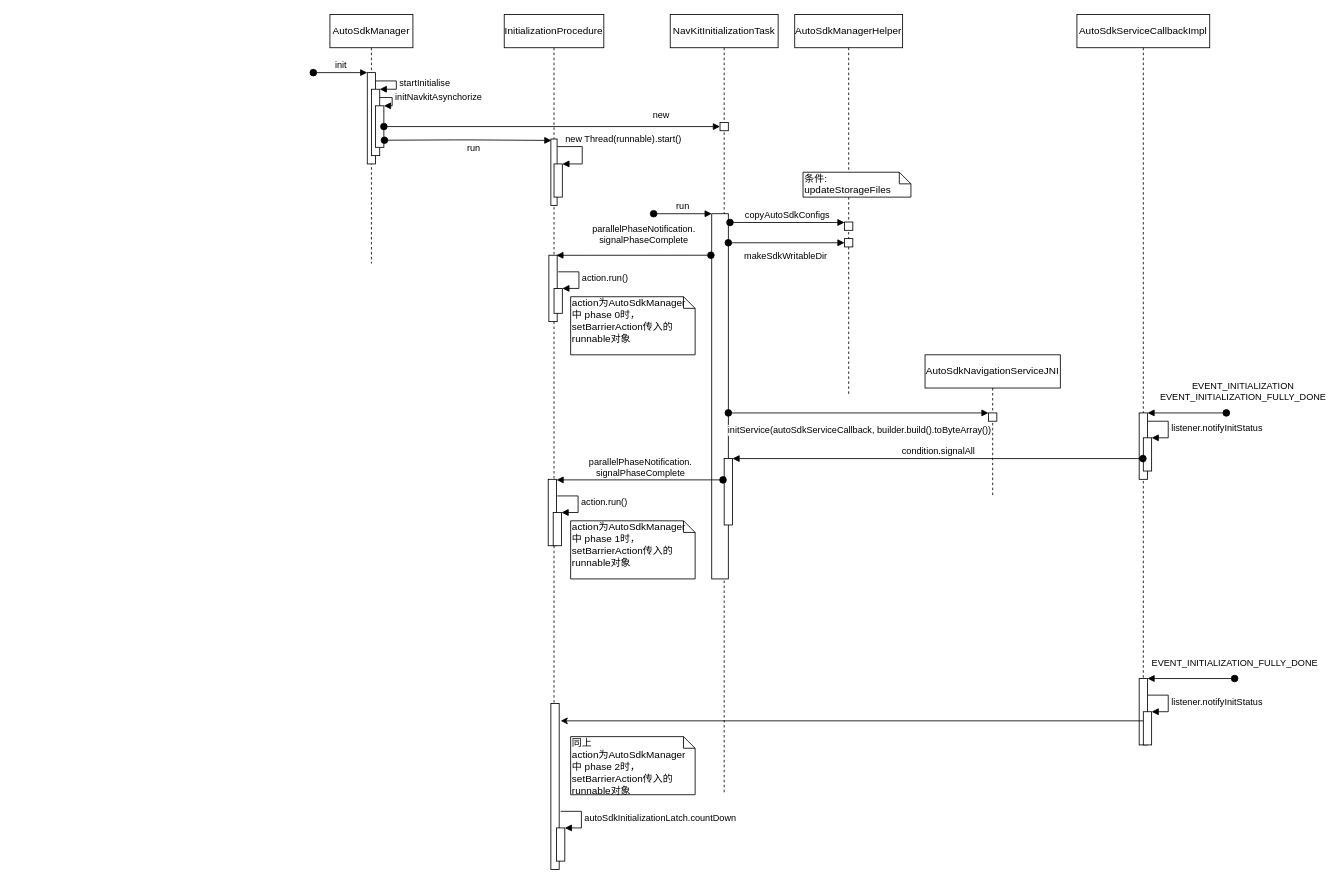
Earlier version of the draw.io diagram page "Page-2" (2 of 2) of Navkit_load_procesee.drawio (joyment2010/joy). Source tidied: cells renumbered, new cells numbered last; positions are measured from the earlier drawing's top-left corner, leaving out a move shared by most shapes. Both pictures are drawn from the tidied source at 83%, with x=0, y=0 at pixel (313, 14).
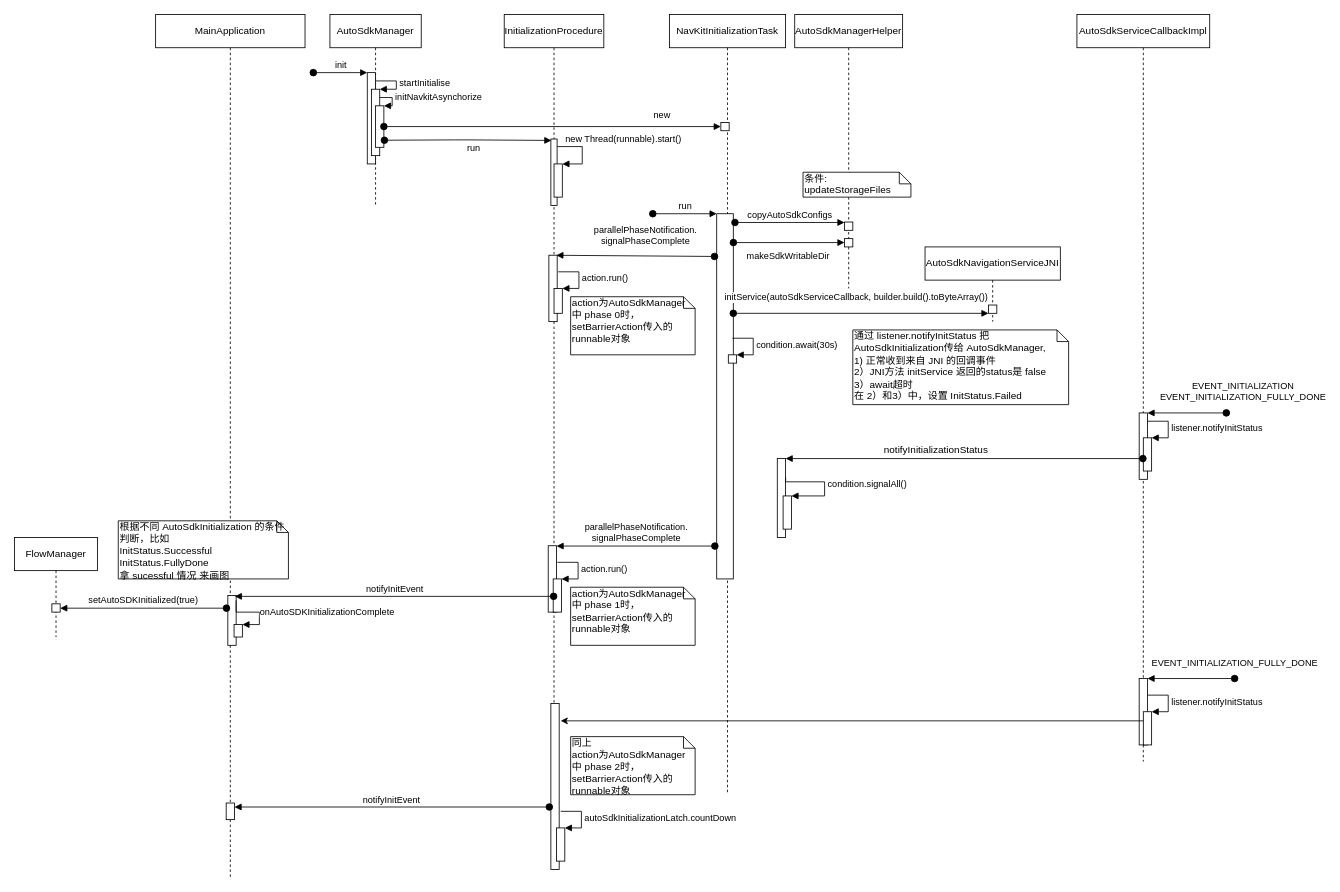
The same page after the edit.

The change refers to these unchanged cells:
```xml
<mxCell id="15" value="InitializationProcedure" style="shape=umlLifeline;perimeter=lifelinePerimeter;whiteSpace=wrap;html=1;outlineConnect=0;" parent="1" vertex="1">
  <mxGeometry x="230" width="120" height="1030" as="geometry" />
</mxCell>
<mxCell id="19" style="html=1;points=[];perimeter=orthogonalPerimeter;" parent="15" vertex="1">
  <mxGeometry x="53.8" y="290" width="10" height="80" as="geometry" />
</mxCell>
<mxCell id="25" style="html=1;points=[];perimeter=orthogonalPerimeter;" parent="15" vertex="1">
  <mxGeometry x="56.2" y="830" width="10" height="200" as="geometry" />
</mxCell>
<mxCell id="31" style="html=1;points=[];perimeter=orthogonalPerimeter;" parent="29" vertex="1">
  <mxGeometry x="60" y="270" width="10" height="10" as="geometry" />
</mxCell>
<mxCell id="38" style="html=1;points=[];perimeter=orthogonalPerimeter;" parent="37" vertex="1">
  <mxGeometry x="76.5" y="70" width="10" height="10" as="geometry" />
</mxCell>
```

Diff of the diagram source:
```diff
@@
     <mxCell id="2" value="AutoSdkManager" style="shape=umlLifeline;perimeter=lifelinePerimeter;whiteSpace=wrap;html=1;" parent="1" vertex="1">
-      <mxGeometry x="20" width="100" height="300" as="geometry" />
+      <mxGeometry x="20" width="110" height="230" as="geometry" />
     </mxCell>
@@
     <mxCell id="9" value="NavKitInitializationTask" style="shape=umlLifeline;perimeter=lifelinePerimeter;whiteSpace=wrap;html=1;" parent="1" vertex="1">
-      <mxGeometry x="430" width="130" height="940" as="geometry" />
+      <mxGeometry x="429" width="140" height="940" as="geometry" />
     </mxCell>
     <mxCell id="10" style="html=1;points=[];perimeter=orthogonalPerimeter;" parent="9" vertex="1">
-      <mxGeometry x="60" y="130" width="10" height="10" as="geometry" />
+      <mxGeometry x="62" y="130" width="10" height="10" as="geometry" />
     </mxCell>
     <mxCell id="11" style="html=1;points=[];perimeter=orthogonalPerimeter;" parent="9" vertex="1">
-      <mxGeometry x="50" y="240" width="20" height="440" as="geometry" />
+      <mxGeometry x="57" y="240" width="20" height="440" as="geometry" />
     </mxCell>
@@
     <mxCell id="13" style="html=1;points=[];perimeter=orthogonalPerimeter;" parent="9" vertex="1">
-      <mxGeometry x="65" y="535" width="10" height="80" as="geometry" />
+      <mxGeometry x="130" y="535" width="10" height="95" as="geometry" />
     </mxCell>
+    <mxCell id="54" style="html=1;points=[];perimeter=orthogonalPerimeter;" parent="9" vertex="1">
+      <mxGeometry x="71" y="410" width="10" height="10" as="geometry" />
+    </mxCell>
+    <mxCell id="55" value="condition.await(30s)" style="edgeStyle=orthogonalEdgeStyle;html=1;align=left;spacingLeft=2;endArrow=block;rounded=0;entryX=1;entryY=0;" parent="9" edge="1" target="54">
+      <mxGeometry relative="1" as="geometry">
+        <mxPoint x="76" y="390" as="sourcePoint" />
+        <Array as="points">
+          <mxPoint x="101" y="390" />
+        </Array>
+      </mxGeometry>
+    </mxCell>
@@
     <mxCell id="22" style="html=1;points=[];perimeter=orthogonalPerimeter;" parent="15" vertex="1">
-      <mxGeometry x="53" y="560" width="10" height="80" as="geometry" />
+      <mxGeometry x="53" y="640" width="10" height="80" as="geometry" />
     </mxCell>
     <mxCell id="23" style="html=1;points=[];perimeter=orthogonalPerimeter;" parent="15" vertex="1">
-      <mxGeometry x="59" y="600" width="10" height="40" as="geometry" />
+      <mxGeometry x="59" y="680" width="10" height="40" as="geometry" />
     </mxCell>
     <mxCell id="24" value="action.run()" style="edgeStyle=orthogonalEdgeStyle;html=1;align=left;spacingLeft=2;endArrow=block;rounded=0;entryX=1;entryY=0;" parent="15" edge="1" target="23">
       <mxGeometry relative="1" as="geometry">
-        <mxPoint x="64" y="580" as="sourcePoint" />
+        <mxPoint x="64" y="660" as="sourcePoint" />
         <Array as="points">
-          <mxPoint x="89" y="580" />
+          <mxPoint x="89" y="660" />
         </Array>
       </mxGeometry>
     </mxCell>
@@
     <mxCell id="29" value="AutoSdkManagerHelper" style="shape=umlLifeline;perimeter=lifelinePerimeter;whiteSpace=wrap;html=1;" parent="1" vertex="1">
-      <mxGeometry x="580" width="130" height="460" as="geometry" />
+      <mxGeometry x="580" width="130" height="330" as="geometry" />
     </mxCell>
@@
-    <mxCell id="33" value="makeSdkWritableDir" style="html=1;verticalAlign=bottom;startArrow=oval;endArrow=block;startSize=8;" parent="1" edge="1" target="31">
+    <mxCell id="33" value="makeSdkWritableDir" style="html=1;verticalAlign=bottom;startArrow=oval;endArrow=block;startSize=8;exitX=1.006;exitY=0.079;exitDx=0;exitDy=0;exitPerimeter=0;" parent="1" edge="1" source="11" target="31">
       <mxGeometry y="-25" relative="1" as="geometry">
-        <mxPoint x="500" y="275" as="sourcePoint" />
         <mxPoint x="-1" as="offset" />
       </mxGeometry>
     </mxCell>
@@
-    <mxCell id="35" value="parallelPhaseNotification.&lt;br&gt;signalPhaseComplete" style="html=1;verticalAlign=bottom;startArrow=oval;endArrow=block;startSize=8;entryX=0.894;entryY=0.001;entryDx=0;entryDy=0;entryPerimeter=0;" parent="1" edge="1" target="19">
+    <mxCell id="35" value="parallelPhaseNotification.&lt;br&gt;signalPhaseComplete" style="html=1;verticalAlign=bottom;startArrow=oval;endArrow=block;startSize=8;entryX=0.894;entryY=0.001;entryDx=0;entryDy=0;entryPerimeter=0;exitX=-0.133;exitY=0.117;exitDx=0;exitDy=0;exitPerimeter=0;" parent="1" edge="1" source="11" target="19">
       <mxGeometry x="-0.14" y="-9" relative="1" as="geometry">
-        <mxPoint x="479" y="290" as="sourcePoint" />
         <mxPoint x="-1" as="offset" />
       </mxGeometry>
     </mxCell>
@@
     <mxCell id="37" value="AutoSdkNavigationServiceJNI" style="shape=umlLifeline;perimeter=lifelinePerimeter;whiteSpace=wrap;html=1;" parent="1" vertex="1">
-      <mxGeometry x="737" y="410" width="163" height="170" as="geometry" />
+      <mxGeometry x="737" y="280" width="163" height="90" as="geometry" />
     </mxCell>
@@
     <mxCell id="39" value="initService(autoSdkServiceCallback, builder.build().toByteArray())" style="html=1;verticalAlign=bottom;startArrow=oval;endArrow=block;startSize=8;" parent="1" edge="1" source="11" target="38">
-      <mxGeometry x="0.01" y="-30" relative="1" as="geometry" />
+      <mxGeometry x="-0.04" y="10" relative="1" as="geometry" />
     </mxCell>
     <mxCell id="40" value="AutoSdkServiceCallbackImpl" style="shape=umlLifeline;perimeter=lifelinePerimeter;whiteSpace=wrap;html=1;outlineConnect=0;" parent="1" vertex="1">
-      <mxGeometry x="920" width="160" height="880" as="geometry" />
+      <mxGeometry x="920" width="160" height="900" as="geometry" />
     </mxCell>
@@
-    <mxCell id="49" value="condition.signalAll" style="html=1;verticalAlign=bottom;startArrow=oval;endArrow=block;startSize=8;" parent="1" edge="1" source="40" target="13">
+    <mxCell id="49" value="&lt;pre style=&quot;background-color: rgb(38 , 50 , 56)&quot;&gt;&lt;font color=&quot;#c3cee3&quot; face=&quot;Consolas&quot;&gt;&lt;span style=&quot;font-size: 12.8pt&quot;&gt;&lt;br&gt;&lt;/span&gt;&lt;/font&gt;&lt;/pre&gt;" style="html=1;verticalAlign=bottom;startArrow=oval;endArrow=block;startSize=8;" parent="1" edge="1" source="40" target="13">
       <mxGeometry relative="1" as="geometry" />
     </mxCell>
-    <mxCell id="50" value="&lt;div&gt;parallelPhaseNotification.&lt;/div&gt;&lt;div&gt;signalPhaseComplete&lt;/div&gt;" style="html=1;verticalAlign=bottom;startArrow=oval;endArrow=block;startSize=8;exitX=-0.14;exitY=0.321;exitDx=0;exitDy=0;exitPerimeter=0;" parent="1" edge="1" source="13" target="22">
+    <mxCell id="50" value="&lt;div&gt;parallelPhaseNotification.&lt;/div&gt;&lt;div&gt;signalPhaseComplete&lt;/div&gt;" style="html=1;verticalAlign=bottom;startArrow=oval;endArrow=block;startSize=8;exitX=-0.111;exitY=0.91;exitDx=0;exitDy=0;exitPerimeter=0;" parent="1" edge="1" source="11" target="22">
       <mxGeometry relative="1" as="geometry" />
     </mxCell>
     <mxCell id="51" value="action为AutoSdkManager中&amp;nbsp;phase 1时，setBarrierAction传入的 runnable对象" style="shape=note;whiteSpace=wrap;html=1;size=14;verticalAlign=top;align=left;spacingTop=-6;" parent="1" vertex="1">
-      <mxGeometry x="310" y="610" width="150" height="70" as="geometry" />
+      <mxGeometry x="310" y="690" width="150" height="70" as="geometry" />
     </mxCell>
@@
+    <mxCell id="56" value="通过 listener.notifyInitStatus 把AutoSdkInitialization传给 AutoSdkManager,&lt;br&gt;1) 正常收到来自 JNI 的回调事件&lt;br&gt;2）JNI方法 initService 返回的status是 false&lt;br&gt;3）await超时&amp;nbsp;&lt;br&gt;在 2）和3）中，设置&amp;nbsp;InitStatus.Failed" style="shape=note;whiteSpace=wrap;html=1;size=14;verticalAlign=top;align=left;spacingTop=-6;" parent="1" vertex="1">
+      <mxGeometry x="650" y="380" width="260" height="90" as="geometry" />
+    </mxCell>
+    <mxCell id="57" value="notifyInitializationStatus" style="text;html=1;align=center;verticalAlign=middle;" parent="1" vertex="1">
+      <mxGeometry x="680" y="515" width="140" height="20" as="geometry" />
+    </mxCell>
+    <mxCell id="58" value="MainApplication" style="shape=umlLifeline;perimeter=lifelinePerimeter;whiteSpace=wrap;html=1;" parent="1" vertex="1">
+      <mxGeometry x="-190" width="180" height="1040" as="geometry" />
+    </mxCell>
+    <mxCell id="59" style="html=1;points=[];perimeter=orthogonalPerimeter;" parent="58" vertex="1">
+      <mxGeometry x="87" y="700" width="10" height="60" as="geometry" />
+    </mxCell>
+    <mxCell id="60" value="根据不同 AutoSdkInitialization 的条件判断，比如&lt;br&gt;InitStatus.Successful&amp;nbsp;&lt;br&gt;InitStatus.FullyDone&lt;br&gt;拿 sucessful 情况 来画图" style="shape=note;whiteSpace=wrap;html=1;size=14;verticalAlign=top;align=left;spacingTop=-6;" parent="58" vertex="1">
+      <mxGeometry x="-45" y="610" width="205" height="70" as="geometry" />
+    </mxCell>
+    <mxCell id="61" style="html=1;points=[];perimeter=orthogonalPerimeter;" parent="58" vertex="1">
+      <mxGeometry x="94.5" y="735" width="10" height="15" as="geometry" />
+    </mxCell>
+    <mxCell id="62" value="onAutoSDKInitializationComplete" style="edgeStyle=orthogonalEdgeStyle;html=1;align=left;spacingLeft=2;endArrow=block;rounded=0;entryX=1;entryY=0;exitX=1;exitY=0.098;exitDx=0;exitDy=0;exitPerimeter=0;" parent="58" edge="1" source="59" target="61">
+      <mxGeometry relative="1" as="geometry">
+        <Array as="points">
+          <mxPoint x="97" y="720" />
+          <mxPoint x="125" y="720" />
+          <mxPoint x="125" y="735" />
+        </Array>
+      </mxGeometry>
+    </mxCell>
+    <mxCell id="63" style="html=1;points=[];perimeter=orthogonalPerimeter;" parent="58" vertex="1">
+      <mxGeometry x="85" y="950" width="10" height="20" as="geometry" />
+    </mxCell>
+    <mxCell id="64" value="notifyInitEvent" style="html=1;verticalAlign=bottom;startArrow=oval;endArrow=block;startSize=8;entryX=0.833;entryY=0.017;entryDx=0;entryDy=0;entryPerimeter=0;" parent="1" edge="1" source="15" target="59">
+      <mxGeometry relative="1" as="geometry" />
+    </mxCell>
+    <mxCell id="65" value="FlowManager" style="shape=umlLifeline;perimeter=lifelinePerimeter;whiteSpace=wrap;html=1;" parent="1" vertex="1">
+      <mxGeometry x="-360" y="630" width="100" height="120" as="geometry" />
+    </mxCell>
+    <mxCell id="66" style="html=1;points=[];perimeter=orthogonalPerimeter;" parent="65" vertex="1">
+      <mxGeometry x="45" y="80" width="10" height="10" as="geometry" />
+    </mxCell>
+    <mxCell id="67" value="setAutoSDKInitialized(true)" style="html=1;verticalAlign=bottom;startArrow=oval;endArrow=block;startSize=8;exitX=-0.163;exitY=0.254;exitDx=0;exitDy=0;exitPerimeter=0;" parent="1" edge="1" source="59" target="66">
+      <mxGeometry relative="1" as="geometry" />
+    </mxCell>
+    <mxCell id="68" style="html=1;points=[];perimeter=orthogonalPerimeter;" parent="1" vertex="1">
+      <mxGeometry x="566" y="580" width="10" height="40" as="geometry" />
+    </mxCell>
+    <mxCell id="69" value="condition.signalAll()" style="edgeStyle=orthogonalEdgeStyle;html=1;align=left;spacingLeft=2;endArrow=block;rounded=0;entryX=1;entryY=0;exitX=1;exitY=0.242;exitDx=0;exitDy=0;exitPerimeter=0;" parent="1" edge="1" source="13" target="68">
+      <mxGeometry relative="1" as="geometry">
+        <Array as="points">
+          <mxPoint x="616" y="563" />
+          <mxPoint x="616" y="580" />
+        </Array>
+      </mxGeometry>
+    </mxCell>
+    <mxCell id="70" value="notifyInitEvent" style="html=1;verticalAlign=bottom;startArrow=oval;endArrow=block;startSize=8;exitX=-0.187;exitY=0.624;exitDx=0;exitDy=0;exitPerimeter=0;" parent="1" edge="1" source="25" target="63">
+      <mxGeometry relative="1" as="geometry" />
+    </mxCell>
```
